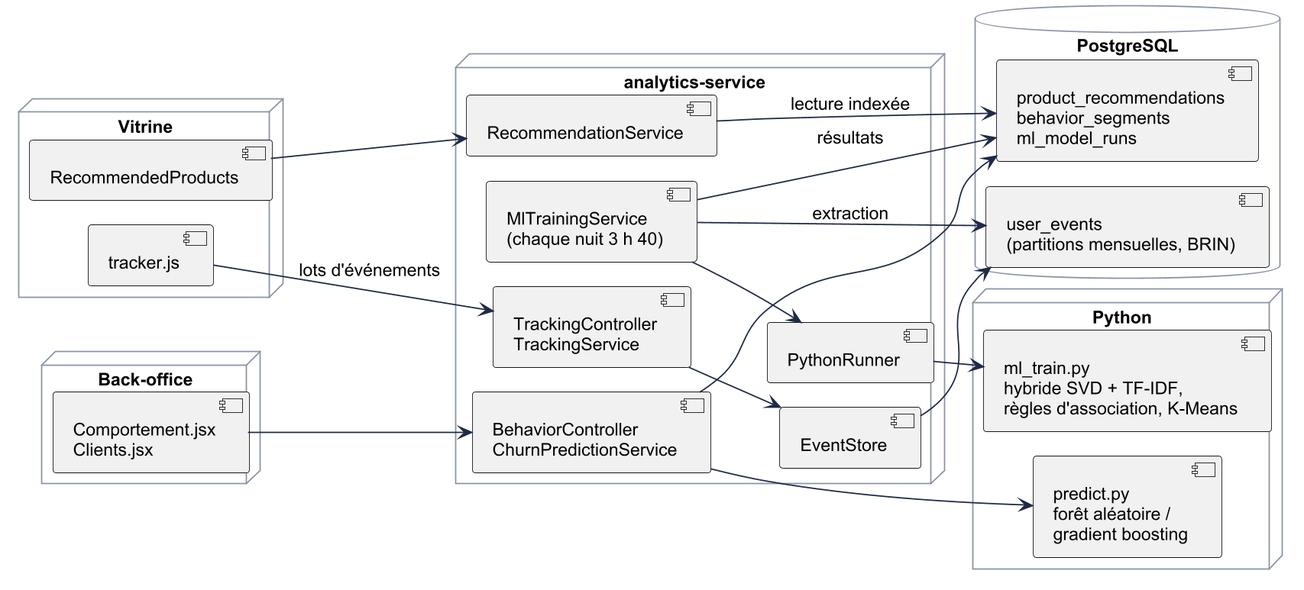
raniakhedri/Stage-PFE keeps this PlantUML diagram as Rapport_rania/Image/architecture_ml.png. Above is the earlier version. The source it was exported from:
```plantuml
@startuml architecture_ml
!include style.iuml
left to right direction
node "Vitrine" {
  [tracker.js] as TR
  [RecommendedProducts] as RP
}
node "Back-office" {
  [Comportement.jsx\nClients.jsx] as BO
}
node "analytics-service" {
  [TrackingController\nTrackingService] as TC
  [EventStore] as ES
  [MlTrainingService\n(chaque nuit 3 h 40)] as MT
  [PythonRunner] as PR
  [RecommendationService] as RS
  [BehaviorController\nChurnPredictionService] as BC
}
node "Python" {
  [ml_train.py\nhybride SVD + TF-IDF,\nrègles d'association, K-Means] as PT
  [predict.py\nforêt aléatoire /\ngradient boosting] as PP
}
database "PostgreSQL" {
  [user_events\n(partitions mensuelles, BRIN)] as UE
  [product_recommendations\nbehavior_segments\nml_model_runs] as RT
}
TR --> TC : lots d'événements
TC --> ES
ES --> UE
MT --> UE : extraction
MT --> PR
PR --> PT
MT --> RT : résultats
RS --> RT : lecture indexée
RP --> RS
BO --> BC
BC --> PP
BC --> RT
@enduml
```
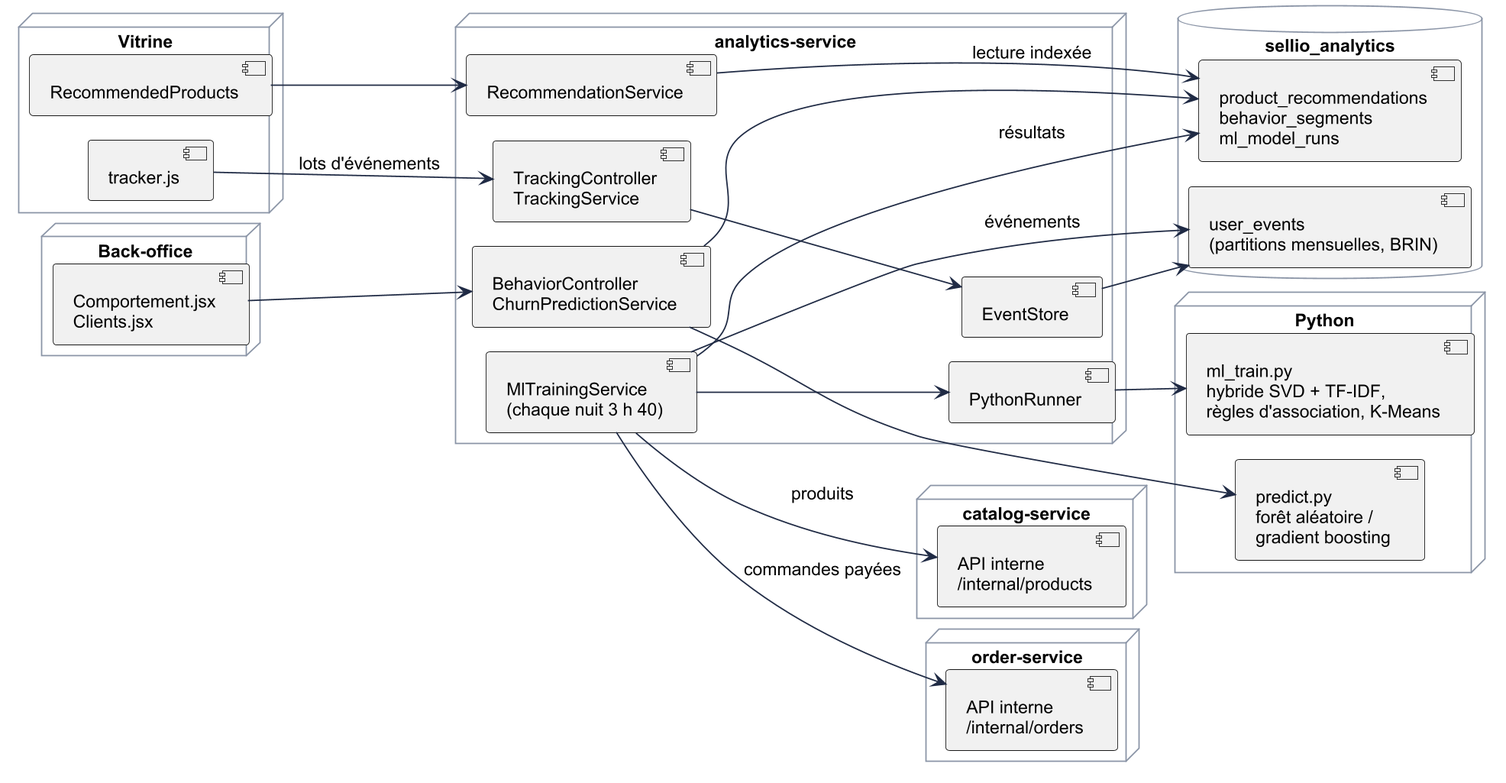
After the commit.

Change to the diagram source:
```diff
@@ -7,6 +7,12 @@
 }
 node "Back-office" {
   [Comportement.jsx\nClients.jsx] as BO
+}
+node "catalog-service" {
+  [API interne\n/internal/products] as CI
+}
+node "order-service" {
+  [API interne\n/internal/orders] as OI
 }
 node "analytics-service" {
   [TrackingController\nTrackingService] as TC
@@ -20,14 +26,16 @@
   [ml_train.py\nhybride SVD + TF-IDF,\nrègles d'association, K-Means] as PT
   [predict.py\nforêt aléatoire /\ngradient boosting] as PP
 }
-database "PostgreSQL" {
+database "sellio_analytics" {
   [user_events\n(partitions mensuelles, BRIN)] as UE
   [product_recommendations\nbehavior_segments\nml_model_runs] as RT
 }
 TR --> TC : lots d'événements
 TC --> ES
 ES --> UE
-MT --> UE : extraction
+MT --> UE : événements
+MT --> CI : produits
+MT --> OI : commandes payées
 MT --> PR
 PR --> PT
 MT --> RT : résultats
```
